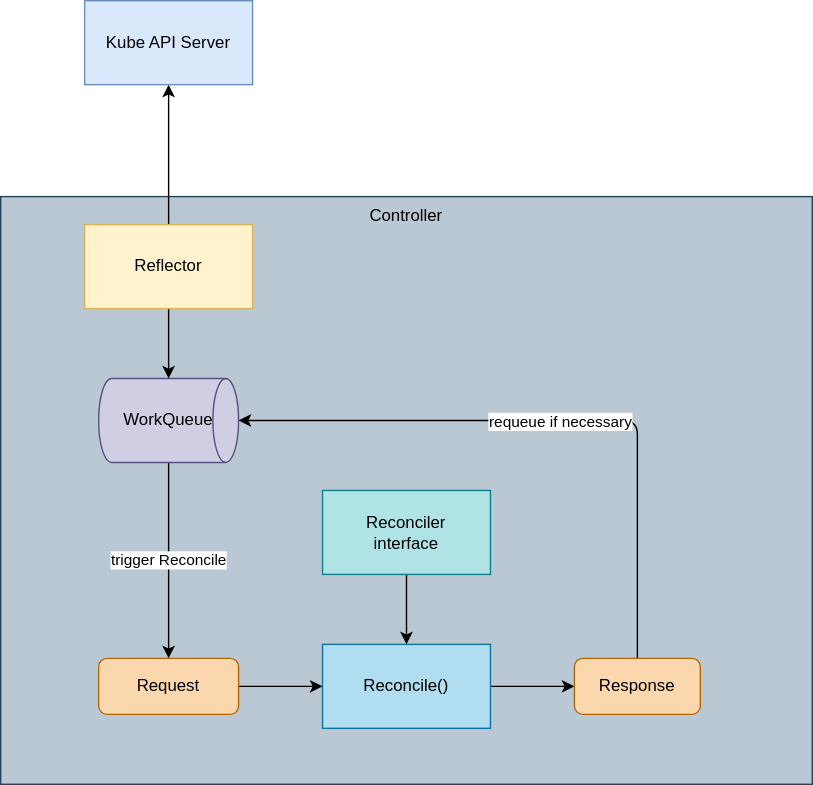
nakamasato/kubernetes-training keeps this draw.io diagram as contents/kubernetes-operator/controller-runtime/reconciler/diagram.drawio.svg. Above is the earlier version. Source tidied: cells renumbered, new cells last; positions are measured from the earlier drawing's top-left corner, leaving out a move shared by most shapes. Source of this version:
```xml
<mxGraphModel>
  <root>
    <mxCell id="0" />
    <mxCell id="1" parent="0" />
    <mxCell id="2" value="Controller" style="rounded=0;whiteSpace=wrap;html=1;verticalAlign=top;fillColor=#bac8d3;strokeColor=#23445d;" parent="1" vertex="1">
      <mxGeometry y="140" width="580" height="420" as="geometry" />
    </mxCell>
    <mxCell id="3" style="edgeStyle=none;html=1;" parent="1" edge="1" source="4" target="9">
      <mxGeometry relative="1" as="geometry" />
    </mxCell>
    <mxCell id="4" value="Reconcile()" style="rounded=0;whiteSpace=wrap;html=1;fillColor=#b1ddf0;strokeColor=#10739e;" parent="1" vertex="1">
      <mxGeometry x="230" y="460" width="120" height="60" as="geometry" />
    </mxCell>
    <mxCell id="5" style="edgeStyle=none;html=1;" parent="1" edge="1" source="6" target="4">
      <mxGeometry relative="1" as="geometry" />
    </mxCell>
    <mxCell id="6" value="Request" style="rounded=1;whiteSpace=wrap;html=1;fillColor=#fad7ac;strokeColor=#b46504;" parent="1" vertex="1">
      <mxGeometry x="70" y="470" width="100" height="40" as="geometry" />
    </mxCell>
    <mxCell id="7" style="edgeStyle=none;html=1;entryX=1;entryY=0.5;entryDx=0;entryDy=0;entryPerimeter=0;" parent="1" edge="1" source="9" target="13">
      <mxGeometry relative="1" as="geometry">
        <Array as="points">
          <mxPoint x="455" y="300" />
        </Array>
      </mxGeometry>
    </mxCell>
    <mxCell id="8" value="requeue if necessary" style="edgeLabel;html=1;align=center;verticalAlign=middle;" parent="7" vertex="1">
      <mxGeometry x="-0.01" relative="1" as="geometry">
        <mxPoint x="-1" as="offset" />
      </mxGeometry>
    </mxCell>
    <mxCell id="9" value="Response" style="rounded=1;whiteSpace=wrap;html=1;fillColor=#fad7ac;strokeColor=#b46504;" parent="1" vertex="1">
      <mxGeometry x="410" y="470" width="90" height="40" as="geometry" />
    </mxCell>
    <mxCell id="10" style="edgeStyle=none;html=1;" parent="1" edge="1" source="11" target="4">
      <mxGeometry relative="1" as="geometry" />
    </mxCell>
    <mxCell id="11" value="Reconciler&lt;br&gt;interface" style="rounded=0;whiteSpace=wrap;html=1;fillColor=#b0e3e6;strokeColor=#0e8088;" parent="1" vertex="1">
      <mxGeometry x="230" y="350" width="120" height="60" as="geometry" />
    </mxCell>
    <mxCell id="12" value="trigger Reconcile" style="edgeStyle=none;html=1;" parent="1" edge="1" source="13" target="6">
      <mxGeometry relative="1" as="geometry" />
    </mxCell>
    <mxCell id="13" value="WorkQueue" style="strokeWidth=1;html=1;shape=mxgraph.flowchart.direct_data;whiteSpace=wrap;fillColor=#d0cee2;strokeColor=#56517e;" parent="1" vertex="1">
      <mxGeometry x="70" y="270" width="100" height="60" as="geometry" />
    </mxCell>
    <mxCell id="14" style="edgeStyle=none;html=1;" parent="1" edge="1" source="16" target="13">
      <mxGeometry relative="1" as="geometry" />
    </mxCell>
    <mxCell id="15" style="edgeStyle=none;html=1;" parent="1" edge="1" source="16" target="17">
      <mxGeometry relative="1" as="geometry" />
    </mxCell>
    <mxCell id="16" value="Reflector" style="rounded=0;whiteSpace=wrap;html=1;fillColor=#fff2cc;strokeColor=#d6b656;" parent="1" vertex="1">
      <mxGeometry x="60" y="160" width="120" height="60" as="geometry" />
    </mxCell>
    <mxCell id="17" value="Kube API Server" style="rounded=0;whiteSpace=wrap;html=1;fillColor=#dae8fc;strokeColor=#6c8ebf;" parent="1" vertex="1">
      <mxGeometry x="60" width="120" height="60" as="geometry" />
    </mxCell>
  </root>
</mxGraphModel>
```
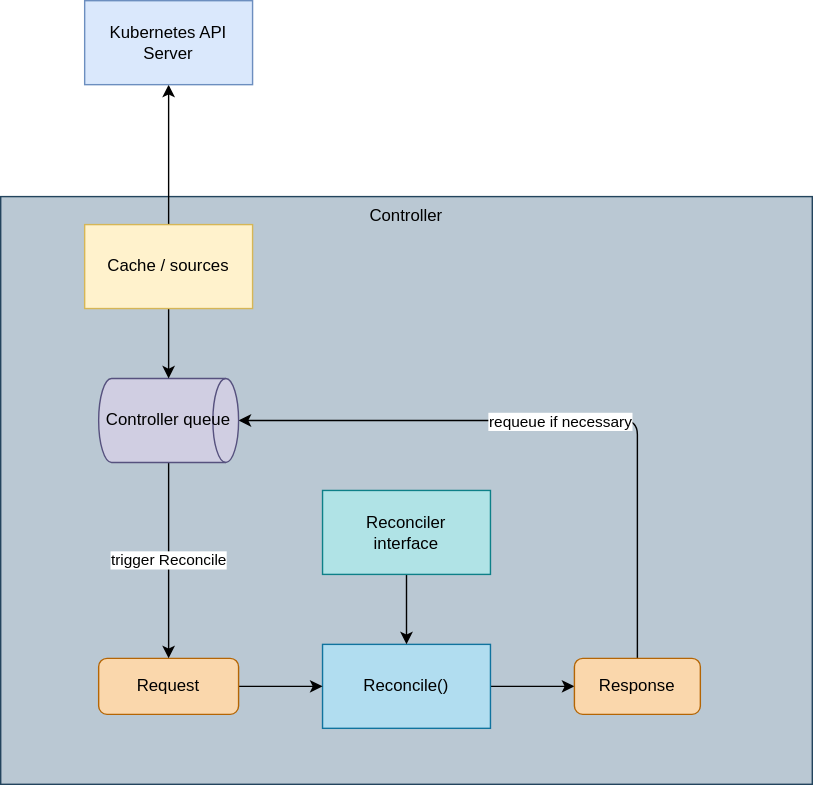
The same diagram one commit later.

Diff of the diagram source:
```diff
@@ -41,7 +41,7 @@
     <mxCell id="12" value="trigger Reconcile" style="edgeStyle=none;html=1;" parent="1" edge="1" source="13" target="6">
       <mxGeometry relative="1" as="geometry" />
     </mxCell>
-    <mxCell id="13" value="WorkQueue" style="strokeWidth=1;html=1;shape=mxgraph.flowchart.direct_data;whiteSpace=wrap;fillColor=#d0cee2;strokeColor=#56517e;" parent="1" vertex="1">
+    <mxCell id="13" value="Controller queue" style="strokeWidth=1;html=1;shape=mxgraph.flowchart.direct_data;whiteSpace=wrap;fillColor=#d0cee2;strokeColor=#56517e;" parent="1" vertex="1">
       <mxGeometry x="70" y="270" width="100" height="60" as="geometry" />
     </mxCell>
     <mxCell id="14" style="edgeStyle=none;html=1;" parent="1" edge="1" source="16" target="13">
@@ -50,10 +50,10 @@
     <mxCell id="15" style="edgeStyle=none;html=1;" parent="1" edge="1" source="16" target="17">
       <mxGeometry relative="1" as="geometry" />
     </mxCell>
-    <mxCell id="16" value="Reflector" style="rounded=0;whiteSpace=wrap;html=1;fillColor=#fff2cc;strokeColor=#d6b656;" parent="1" vertex="1">
+    <mxCell id="16" value="Cache / sources" style="rounded=0;whiteSpace=wrap;html=1;fillColor=#fff2cc;strokeColor=#d6b656;" parent="1" vertex="1">
       <mxGeometry x="60" y="160" width="120" height="60" as="geometry" />
     </mxCell>
-    <mxCell id="17" value="Kube API Server" style="rounded=0;whiteSpace=wrap;html=1;fillColor=#dae8fc;strokeColor=#6c8ebf;" parent="1" vertex="1">
+    <mxCell id="17" value="Kubernetes API Server" style="rounded=0;whiteSpace=wrap;html=1;fillColor=#dae8fc;strokeColor=#6c8ebf;" parent="1" vertex="1">
       <mxGeometry x="60" width="120" height="60" as="geometry" />
     </mxCell>
   </root>
```
